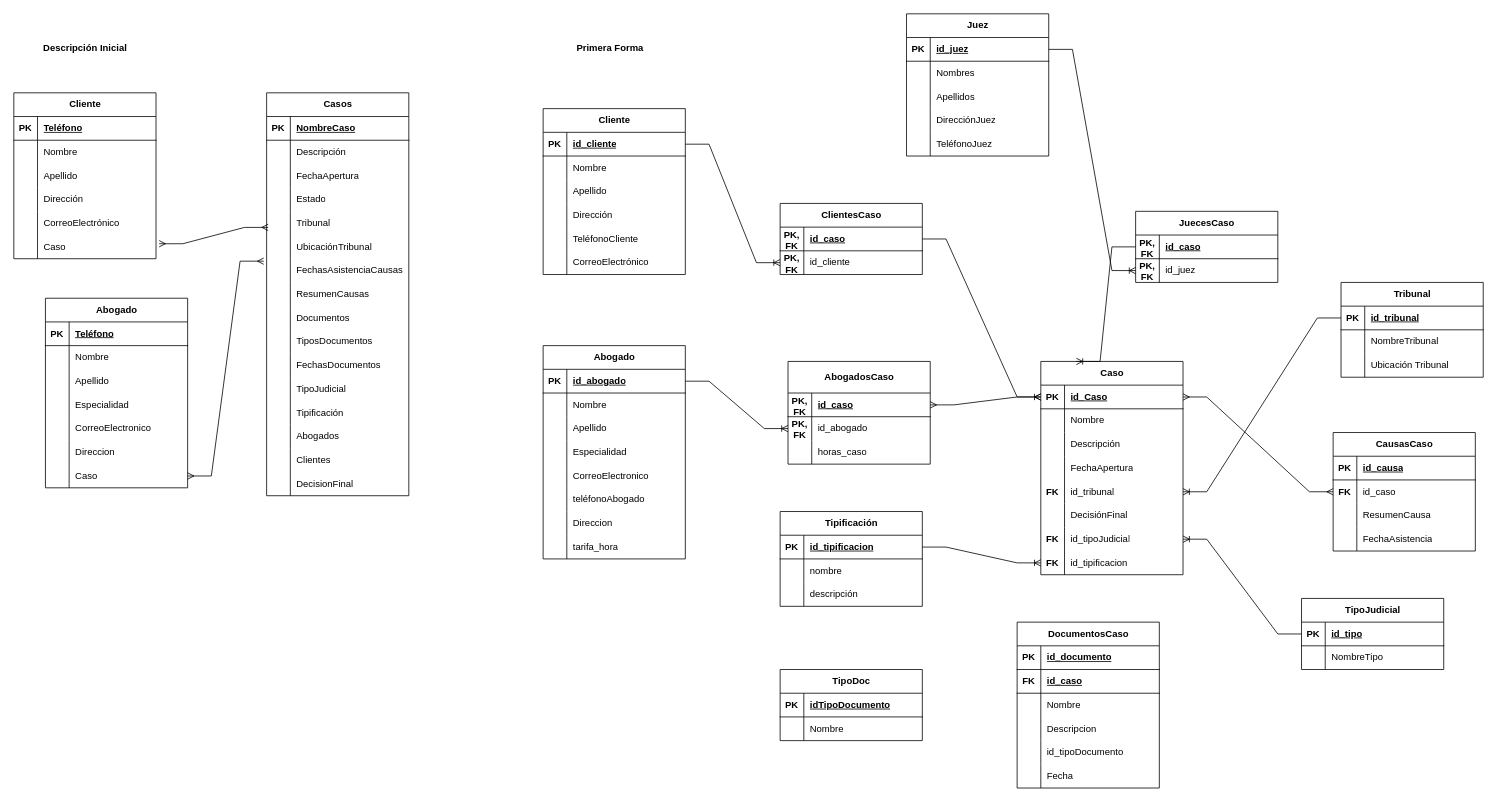
winston142O/Diagrams keeps this draw.io diagram as CasoNormalizacionBufeteAbogados.drawio. Above is the earlier version. Source tidied: cells renumbered, new cells numbered last; positions are measured from the earlier drawing's top-left corner, leaving out a move shared by most shapes. Both pictures are drawn from the tidied source at 79%, with x=0, y=0 at pixel (13, 13).
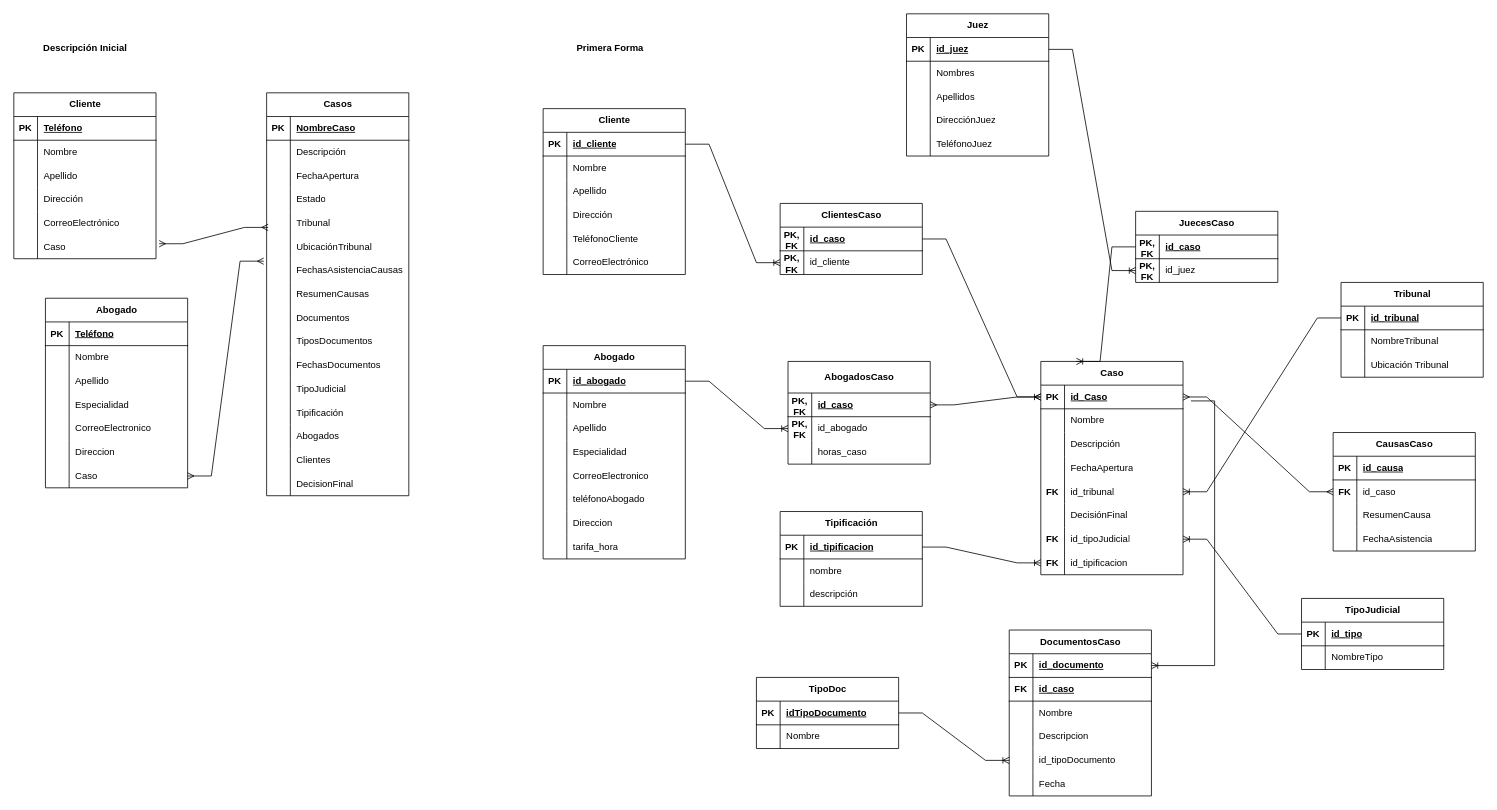
The same page after the edit.

The change refers to these unchanged cells:
```xml
<mxCell id="256" style="shape=tableRow;horizontal=0;startSize=0;swimlaneHead=0;swimlaneBody=0;fillColor=none;points=[[0,0.5],[1,0.5]];portConstraint=eastwest;top=0;left=0;right=0;bottom=1;" parent="255" vertex="1">
  <mxGeometry y="30" width="180" height="30" as="geometry" />
</mxCell>
<mxCell id="268" style="shape=tableRow;horizontal=0;startSize=0;swimlaneHead=0;swimlaneBody=0;fillColor=none;points=[[0,0.5],[1,0.5]];portConstraint=eastwest;top=0;left=0;right=0;bottom=0;" parent="255" vertex="1">
  <mxGeometry y="150" width="180" height="30" as="geometry" />
</mxCell>
<mxCell id="275" style="shape=tableRow;horizontal=0;startSize=0;swimlaneHead=0;swimlaneBody=0;fillColor=none;points=[[0,0.5],[1,0.5]];portConstraint=eastwest;top=0;left=0;right=0;bottom=1;" parent="274" vertex="1">
  <mxGeometry y="30" width="180" height="30" as="geometry" />
</mxCell>
```

The edit, as a diff of the source:
```diff
@@
     <mxCell id="255" value="DocumentosCaso" style="shape=table;startSize=30;childLayout=tableLayout;rowLines=0;fontStyle=1;align=center;html=1;" parent="1" vertex="1">
-      <mxGeometry x="1270" y="770" width="180" height="210" as="geometry" />
+      <mxGeometry x="1260" y="780" width="180" height="210" as="geometry" />
     </mxCell>
@@
     <mxCell id="274" value="TipoDoc" style="shape=table;startSize=30;childLayout=tableLayout;rowLines=0;fontStyle=1;align=center;html=1;" parent="1" vertex="1">
-      <mxGeometry x="970" y="830" width="180" height="90" as="geometry" />
+      <mxGeometry x="940" y="840" width="180" height="90" as="geometry" />
     </mxCell>
@@
+    <mxCell id="281" style="edgeStyle=entityRelationEdgeStyle;fontSize=12;html=1;endArrow=ERoneToMany;rounded=0;exitX=1;exitY=0.5;exitDx=0;exitDy=0;entryX=0;entryY=0.5;entryDx=0;entryDy=0;" parent="1" edge="1" source="275" target="268">
+      <mxGeometry relative="1" as="geometry" />
+    </mxCell>
+    <mxCell id="282" style="edgeStyle=entityRelationEdgeStyle;fontSize=12;html=1;endArrow=ERoneToMany;rounded=0;entryX=1;entryY=0.5;entryDx=0;entryDy=0;" parent="1" edge="1" target="256">
+      <mxGeometry relative="1" as="geometry">
+        <mxPoint x="1490" y="490" as="sourcePoint" />
+      </mxGeometry>
+    </mxCell>
```
